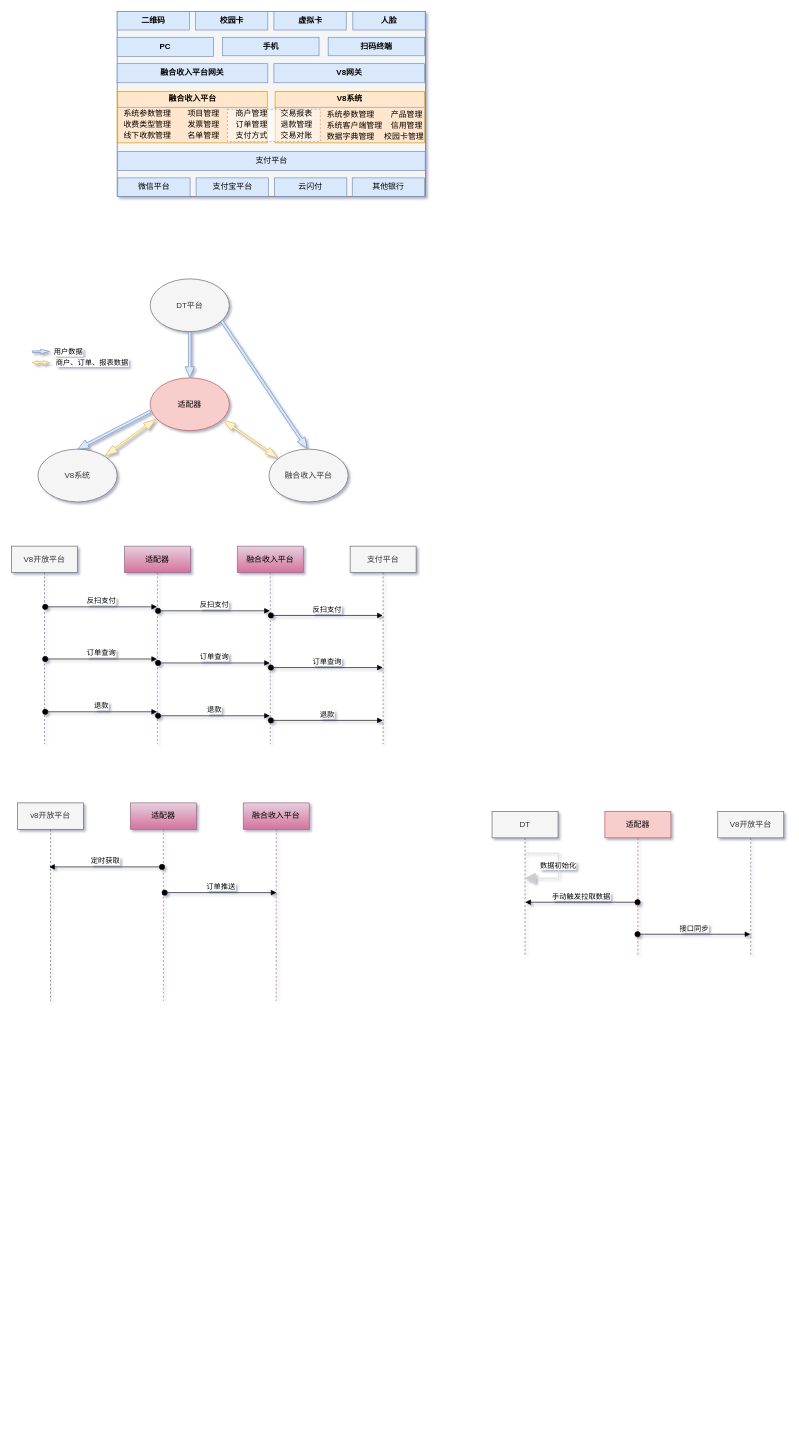
The draw.io diagram v8+融合收入.drawio in ifelsewang/draw, before the edit. Source tidied: cells renumbered, new cells numbered last; positions are measured from the earlier drawing's top-left corner, leaving out a move shared by most shapes. Both pictures are drawn from the tidied source at 66%, with x=0, y=0 at pixel (11, 11).
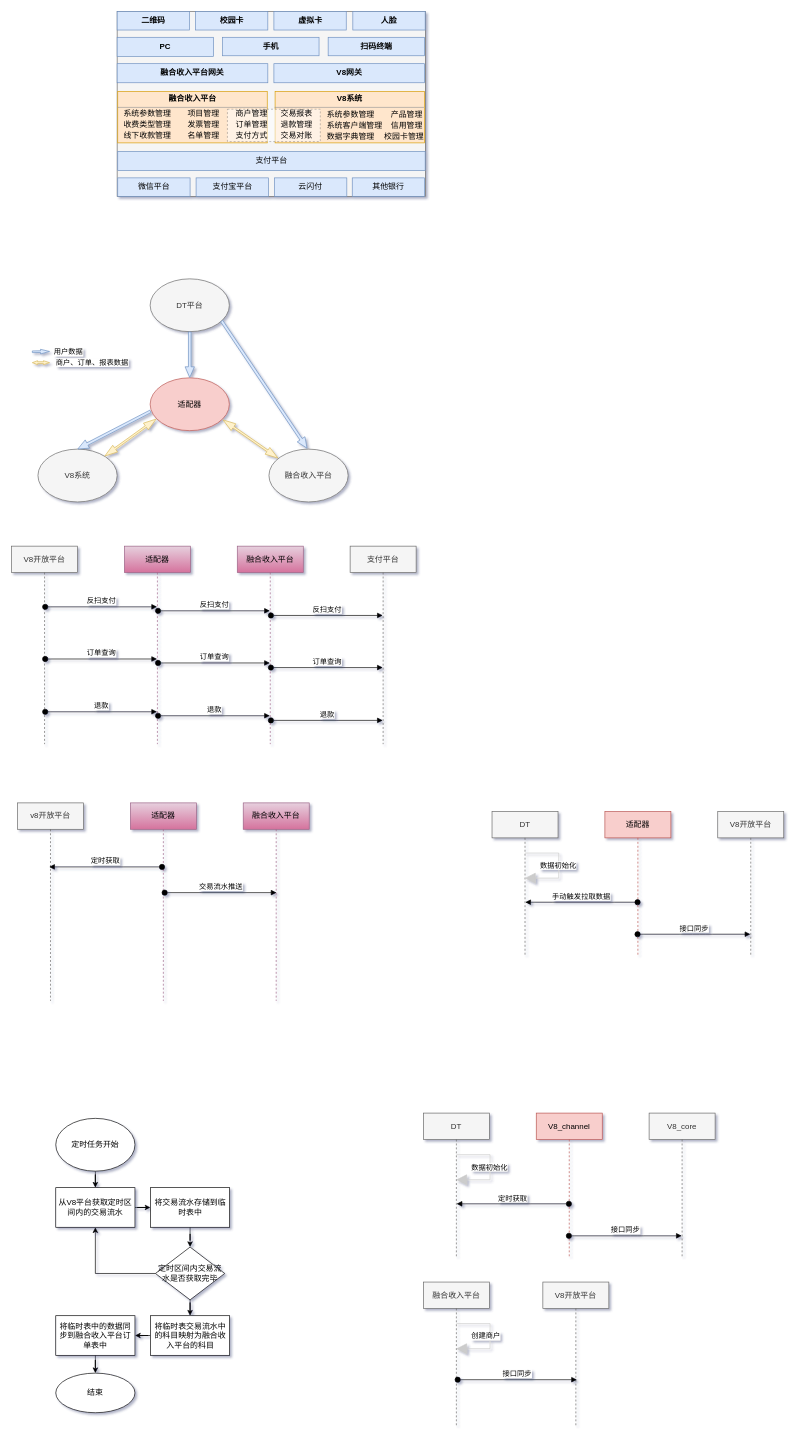
After the change.

Commit message:
更新v8+融合收入.drawio

Unchanged cells that the change refers to:
```xml
<mxCell id="67" style="group;" parent="1" vertex="1">
  <mxGeometry x="9" y="1199" width="442" height="300" as="geometry" />
</mxCell>
```

Diff of the diagram source:
```diff
@@
-    <mxCell id="71" value="订单推送" style="html=1;verticalAlign=bottom;startArrow=oval;startFill=1;endArrow=block;startSize=8;" parent="67" edge="1">
+    <mxCell id="71" value="交易流水推送" style="html=1;verticalAlign=bottom;startArrow=oval;startFill=1;endArrow=block;startSize=8;" parent="67" edge="1">
       <mxGeometry x="1" y="38" as="geometry">
         <mxPoint x="223" y="136" as="sourcePoint" />
         <mxPoint x="392.5" y="136" as="targetPoint" />
       </mxGeometry>
     </mxCell>
@@
+    <mxCell id="79" value="DT" style="shape=umlLifeline;perimeter=lifelinePerimeter;whiteSpace=wrap;html=1;outlineConnect=0;fillColor=#f5f5f5;strokeColor=#666666;fontColor=#333333;" parent="1" vertex="1">
+      <mxGeometry x="624" y="1669" width="100" height="217" as="geometry" />
+    </mxCell>
+    <mxCell id="80" value="数据初始化" style="edgeStyle=orthogonalEdgeStyle;html=1;align=left;spacingLeft=2;endArrow=block;rounded=0;startSize=14;endSize=14;sourcePerimeterSpacing=8;targetPerimeterSpacing=8;fontSize=11;fontColor=#000000;strokeColor=#CCCCCC;" parent="79" edge="1" target="79">
+      <mxGeometry x="-0.73" y="-19" relative="1" as="geometry">
+        <mxPoint x="50" y="63" as="sourcePoint" />
+        <Array as="points">
+          <mxPoint x="101" y="63" />
+          <mxPoint x="101" y="101" />
+        </Array>
+      </mxGeometry>
+    </mxCell>
+    <mxCell id="81" value="V8_channel" style="shape=umlLifeline;perimeter=lifelinePerimeter;whiteSpace=wrap;html=1;outlineConnect=0;fillColor=#f8cecc;strokeColor=#b85450;" parent="1" vertex="1">
+      <mxGeometry x="795" y="1669" width="100" height="217" as="geometry" />
+    </mxCell>
+    <mxCell id="82" value="V8_core" style="shape=umlLifeline;perimeter=lifelinePerimeter;whiteSpace=wrap;html=1;outlineConnect=0;fillColor=#f5f5f5;strokeColor=#666666;fontColor=#333333;" parent="1" vertex="1">
+      <mxGeometry x="966" y="1669" width="100" height="217" as="geometry" />
+    </mxCell>
+    <mxCell id="83" value="定时获取" style="html=1;verticalAlign=bottom;startArrow=oval;startFill=1;endArrow=block;startSize=8;" parent="1" edge="1">
+      <mxGeometry x="91" y="2333" as="geometry">
+        <mxPoint x="844.5" y="1806.5" as="sourcePoint" />
+        <mxPoint x="674.3" y="1806.5" as="targetPoint" />
+      </mxGeometry>
+    </mxCell>
+    <mxCell id="84" value="接口同步" style="html=1;verticalAlign=bottom;startArrow=oval;startFill=1;endArrow=block;startSize=8;" parent="1" edge="1" source="81" target="82">
+      <mxGeometry x="101" y="2314" as="geometry">
+        <Array as="points">
+          <mxPoint x="938" y="1855" />
+        </Array>
+      </mxGeometry>
+    </mxCell>
+    <mxCell id="85" value="融合收入平台" style="shape=umlLifeline;perimeter=lifelinePerimeter;whiteSpace=wrap;html=1;outlineConnect=0;fillColor=#f5f5f5;strokeColor=#666666;fontColor=#333333;" parent="1" vertex="1">
+      <mxGeometry x="624" y="1925" width="100" height="217" as="geometry" />
+    </mxCell>
+    <mxCell id="86" value="创建商户" style="edgeStyle=orthogonalEdgeStyle;html=1;align=left;spacingLeft=2;endArrow=block;rounded=0;startSize=14;endSize=14;sourcePerimeterSpacing=8;targetPerimeterSpacing=8;fontSize=11;fontColor=#000000;strokeColor=#CCCCCC;" parent="85" edge="1" target="85">
+      <mxGeometry x="-0.73" y="-19" relative="1" as="geometry">
+        <mxPoint x="50" y="63" as="sourcePoint" />
+        <Array as="points">
+          <mxPoint x="101" y="63" />
+          <mxPoint x="101" y="101" />
+        </Array>
+      </mxGeometry>
+    </mxCell>
+    <mxCell id="87" value="V8开放平台" style="shape=umlLifeline;perimeter=lifelinePerimeter;whiteSpace=wrap;html=1;fillColor=#f5f5f5;strokeColor=#666666;fontColor=#333333;" parent="1" vertex="1">
+      <mxGeometry x="805" y="1925" width="100" height="217" as="geometry" />
+    </mxCell>
+    <mxCell id="88" value="接口同步" style="html=1;verticalAlign=bottom;startArrow=oval;startFill=1;endArrow=block;startSize=8;" parent="1" edge="1">
+      <mxGeometry x="-52.1" y="2650" as="geometry">
+        <mxPoint x="676" y="2073" as="sourcePoint" />
+        <mxPoint x="856.7" y="2073" as="targetPoint" />
+      </mxGeometry>
+    </mxCell>
+    <mxCell id="89" style="edgeStyle=orthogonalEdgeStyle;rounded=0;jettySize=auto;html=1;" parent="1" edge="1" source="90" target="92">
+      <mxGeometry relative="1" as="geometry" />
+    </mxCell>
+    <mxCell id="90" value="定时任务开始" style="ellipse;whiteSpace=wrap;html=1;" parent="1" vertex="1">
+      <mxGeometry x="67" y="1677" width="120" height="80" as="geometry" />
+    </mxCell>
+    <mxCell id="91" style="edgeStyle=orthogonalEdgeStyle;rounded=0;jettySize=auto;html=1;" parent="1" edge="1" source="92" target="94">
+      <mxGeometry relative="1" as="geometry" />
+    </mxCell>
+    <mxCell id="92" value="从V8平台获取定时区间内的交易流水" style="whiteSpace=wrap;html=1;" parent="1" vertex="1">
+      <mxGeometry x="67" y="1782" width="120" height="60" as="geometry" />
+    </mxCell>
+    <mxCell id="93" style="edgeStyle=orthogonalEdgeStyle;rounded=0;jettySize=auto;html=1;" parent="1" edge="1" source="94" target="97">
+      <mxGeometry relative="1" as="geometry" />
+    </mxCell>
+    <mxCell id="94" value="将交易流水存储到临时表中" style="whiteSpace=wrap;html=1;" parent="1" vertex="1">
+      <mxGeometry x="210.5" y="1782" width="120" height="60" as="geometry" />
+    </mxCell>
+    <mxCell id="95" style="edgeStyle=orthogonalEdgeStyle;rounded=0;jettySize=auto;html=1;entryX=0.5;entryY=1;entryDx=0;entryDy=0;exitX=0;exitY=0.5;exitDx=0;exitDy=0;" parent="1" edge="1" source="97" target="92">
+      <mxGeometry relative="1" as="geometry">
+        <Array as="points">
+          <mxPoint x="127" y="1912" />
+        </Array>
+      </mxGeometry>
+    </mxCell>
+    <mxCell id="96" style="edgeStyle=orthogonalEdgeStyle;rounded=0;jettySize=auto;html=1;" parent="1" edge="1" source="97" target="99">
+      <mxGeometry relative="1" as="geometry" />
+    </mxCell>
+    <mxCell id="97" value="定时区间内交易流水是否获取完毕" style="rhombus;whiteSpace=wrap;html=1;" parent="1" vertex="1">
+      <mxGeometry x="218" y="1872" width="105" height="80" as="geometry" />
+    </mxCell>
+    <mxCell id="98" style="edgeStyle=orthogonalEdgeStyle;rounded=0;jettySize=auto;html=1;" parent="1" edge="1" source="99" target="101">
+      <mxGeometry relative="1" as="geometry" />
+    </mxCell>
+    <mxCell id="99" value="将临时表交易流水中的科目映射为融合收入平台的科目" style="whiteSpace=wrap;html=1;" parent="1" vertex="1">
+      <mxGeometry x="210.5" y="1976" width="120" height="60" as="geometry" />
+    </mxCell>
+    <mxCell id="100" style="edgeStyle=orthogonalEdgeStyle;rounded=0;jettySize=auto;html=1;" parent="1" edge="1" source="101" target="102">
+      <mxGeometry relative="1" as="geometry" />
+    </mxCell>
+    <mxCell id="101" value="将临时表中的数据同步到融合收入平台订单表中" style="whiteSpace=wrap;html=1;" parent="1" vertex="1">
+      <mxGeometry x="67" y="1976" width="120" height="60" as="geometry" />
+    </mxCell>
+    <mxCell id="102" value="结束" style="ellipse;whiteSpace=wrap;html=1;" parent="1" vertex="1">
+      <mxGeometry x="67" y="2063" width="120" height="60" as="geometry" />
+    </mxCell>
```
